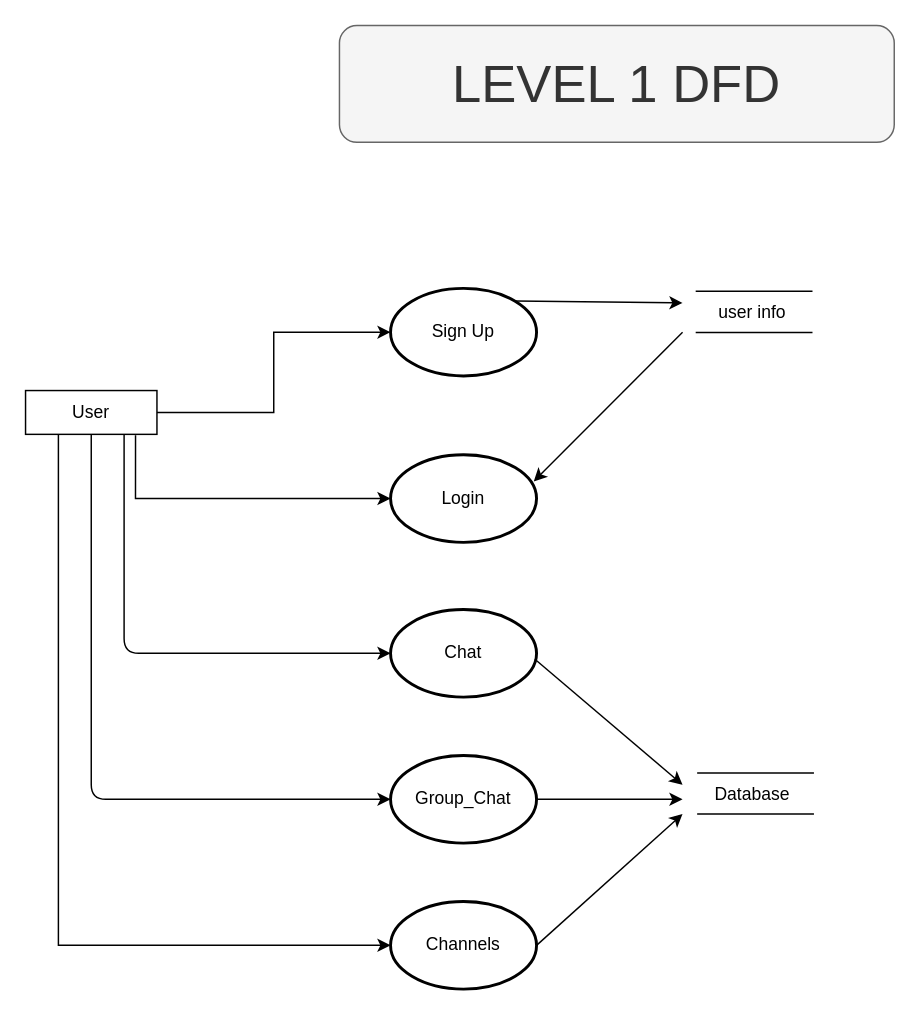
This is page "Page-1" (1 of 2) of Untitled Diagram.drawio from chetan-v/check, a draw.io file, before an edit. Source tidied: cells renumbered, new cells numbered last; positions are measured from the earlier drawing's top-left corner, leaving out a move shared by most shapes. Both pictures are drawn from the tidied source at 146%, with x=0, y=0 at pixel (25, 25).
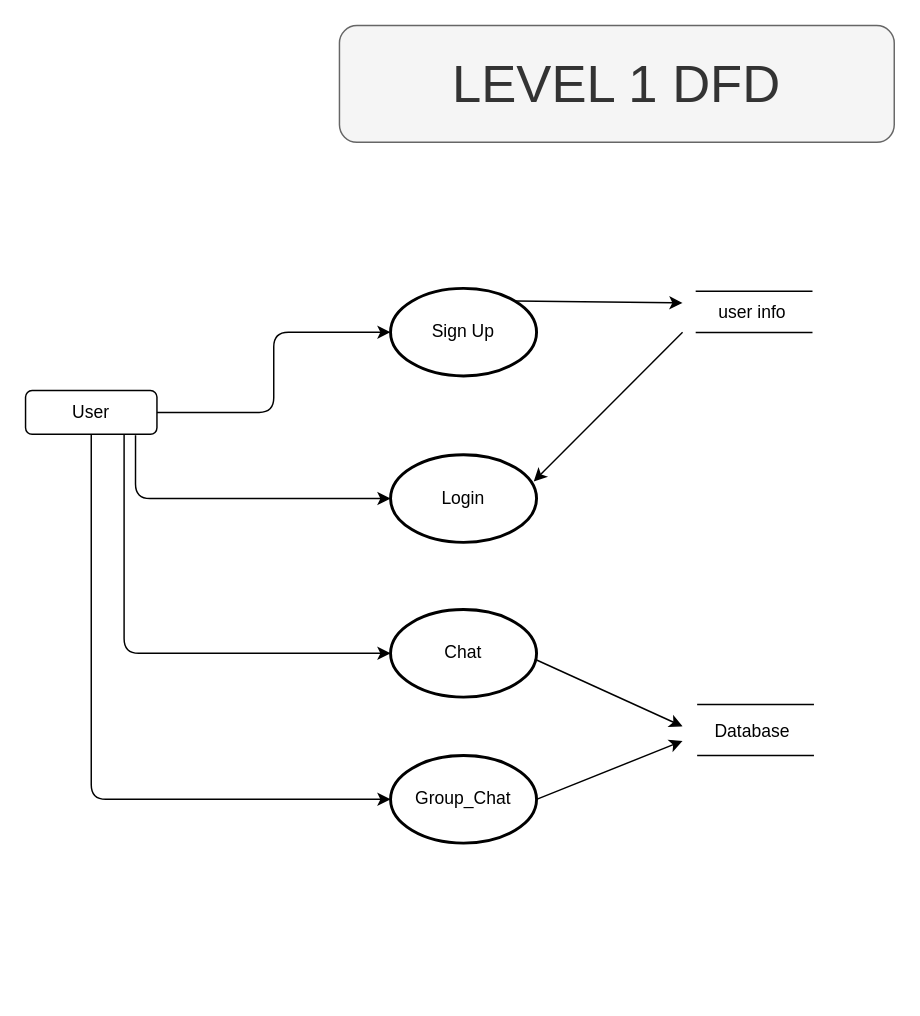
The same diagram, later.

The change refers to these unchanged cells:
```xml
<mxCell id="2" value="Sign Up" style="strokeWidth=2;html=1;shape=mxgraph.flowchart.start_1;whiteSpace=wrap;" parent="1" vertex="1">
  <mxGeometry x="250" y="180" width="100" height="60" as="geometry" />
</mxCell>
<mxCell id="4" value="Login" style="strokeWidth=2;html=1;shape=mxgraph.flowchart.start_1;whiteSpace=wrap;" parent="1" vertex="1">
  <mxGeometry x="250" y="294" width="100" height="60" as="geometry" />
</mxCell>
<mxCell id="11" value="Group_Chat" style="strokeWidth=2;html=1;shape=mxgraph.flowchart.start_1;whiteSpace=wrap;" parent="1" vertex="1">
  <mxGeometry x="250" y="500" width="100" height="60" as="geometry" />
</mxCell>
<mxCell id="12" value="Chat" style="strokeWidth=2;html=1;shape=mxgraph.flowchart.start_1;whiteSpace=wrap;" parent="1" vertex="1">
  <mxGeometry x="250" y="400" width="100" height="60" as="geometry" />
</mxCell>
```

The edit, as a diff of the source:
```diff
@@
-    <mxCell id="3" value="User" style="rounded=0;whiteSpace=wrap;html=1;" parent="1" vertex="1">
+    <mxCell id="3" value="User" style="rounded=1;whiteSpace=wrap;html=1;" parent="1" vertex="1">
       <mxGeometry y="250" width="90" height="30" as="geometry" />
     </mxCell>
@@
-    <mxCell id="5" style="endArrow=classic;html=1;rounded=0;exitX=1;exitY=0.5;exitDx=0;exitDy=0;edgeStyle=orthogonalEdgeStyle;entryX=0;entryY=0.5;entryDx=0;entryDy=0;entryPerimeter=0;" parent="1" edge="1" source="3" target="2">
+    <mxCell id="5" style="endArrow=classic;html=1;rounded=1;exitX=1;exitY=0.5;exitDx=0;exitDy=0;edgeStyle=orthogonalEdgeStyle;entryX=0;entryY=0.5;entryDx=0;entryDy=0;entryPerimeter=0;" parent="1" edge="1" source="3" target="2">
       <mxGeometry relative="1" as="geometry" />
     </mxCell>
-    <mxCell id="6" style="endArrow=classic;html=1;rounded=0;edgeStyle=orthogonalEdgeStyle;exitX=0.837;exitY=1.022;exitDx=0;exitDy=0;exitPerimeter=0;entryX=0;entryY=0.5;entryDx=0;entryDy=0;entryPerimeter=0;" parent="1" edge="1" source="3" target="4">
+    <mxCell id="6" style="endArrow=classic;html=1;rounded=1;edgeStyle=orthogonalEdgeStyle;exitX=0.837;exitY=1.022;exitDx=0;exitDy=0;exitPerimeter=0;entryX=0;entryY=0.5;entryDx=0;entryDy=0;entryPerimeter=0;" parent="1" edge="1" source="3" target="4">
       <mxGeometry relative="1" as="geometry" />
     </mxCell>
@@
-    <mxCell id="13" value="Channels" style="strokeWidth=2;html=1;shape=mxgraph.flowchart.start_1;whiteSpace=wrap;" parent="1" vertex="1">
-      <mxGeometry x="250" y="600" width="100" height="60" as="geometry" />
-    </mxCell>
@@
-    <mxCell id="16" style="endArrow=classic;html=1;rounded=0;edgeStyle=orthogonalEdgeStyle;exitX=0.25;exitY=1;exitDx=0;exitDy=0;entryX=0;entryY=0.5;entryDx=0;entryDy=0;entryPerimeter=0;" parent="1" edge="1" source="3" target="13">
-      <mxGeometry relative="1" as="geometry" />
-    </mxCell>
     <mxCell id="17" style="line;strokeWidth=1;dashed=0;labelPosition=right;align=left;verticalAlign=middle;spacingTop=0;spacingLeft=6;" parent="1" vertex="1">
-      <mxGeometry x="460" y="457" width="80" height="110" as="geometry" />
+      <mxGeometry x="460" y="410" width="80" height="110" as="geometry" />
     </mxCell>
     <mxCell id="18" style="line;strokeWidth=1;dashed=0;labelPosition=right;align=left;verticalAlign=middle;spacingTop=0;spacingLeft=6;" parent="1" vertex="1">
-      <mxGeometry x="460" y="535" width="80" height="10" as="geometry" />
+      <mxGeometry x="460" y="495" width="80" height="10" as="geometry" />
     </mxCell>
     <mxCell id="19" value="Database" style="text;html=1;strokeColor=none;fillColor=none;align=center;verticalAlign=middle;whiteSpace=wrap;rounded=0;" parent="1" vertex="1">
-      <mxGeometry x="468" y="512" width="60" height="30" as="geometry" />
+      <mxGeometry x="468" y="469" width="60" height="30" as="geometry" />
     </mxCell>
     <mxCell id="20" style="endArrow=classic;html=1;rounded=0;exitX=1;exitY=0.5;exitDx=0;exitDy=0;exitPerimeter=0;" parent="1" edge="1" source="11">
       <mxGeometry relative="1" as="geometry">
-        <mxPoint x="450" y="530" as="targetPoint" />
+        <mxPoint x="450" y="490" as="targetPoint" />
       </mxGeometry>
     </mxCell>
-    <mxCell id="21" style="endArrow=classic;html=1;rounded=0;exitX=1;exitY=0.5;exitDx=0;exitDy=0;exitPerimeter=0;" parent="1" edge="1" source="13">
-      <mxGeometry relative="1" as="geometry">
-        <mxPoint x="450" y="540" as="targetPoint" />
-      </mxGeometry>
-    </mxCell>
     <mxCell id="22" style="endArrow=classic;html=1;rounded=0;exitX=0.989;exitY=0.567;exitDx=0;exitDy=0;exitPerimeter=0;" parent="1" edge="1" source="12">
       <mxGeometry relative="1" as="geometry">
-        <mxPoint x="450" y="520" as="targetPoint" />
+        <mxPoint x="450" y="480" as="targetPoint" />
       </mxGeometry>
     </mxCell>
```
